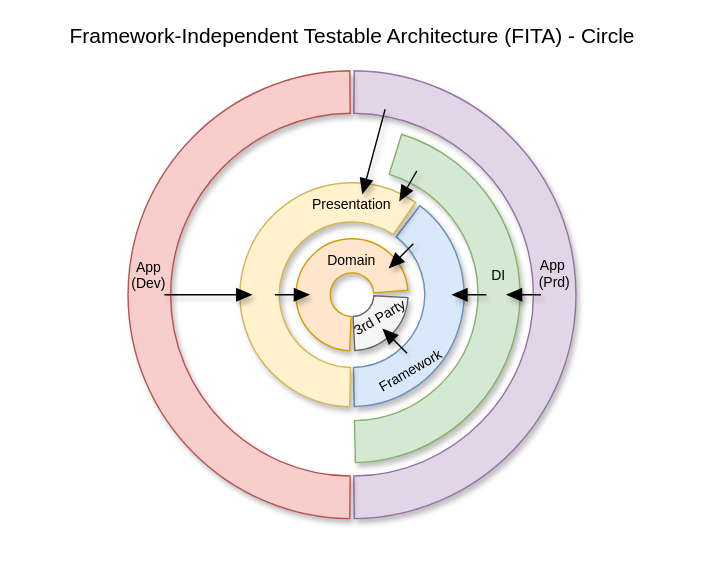
Above: asset/drawio/architecture_circle.drawio.svg in suguruTakahashi-1234/fia-practical-sample (draw.io), before the change. Source tidied: cells renumbered, new cells last; positions are measured from the earlier drawing's top-left corner, leaving out a move shared by most shapes.
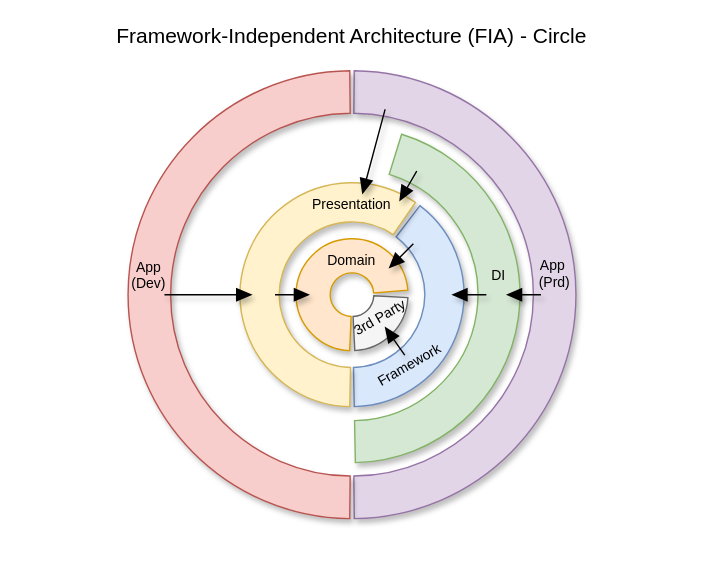
The same diagram one commit later.

What changed in the source:
```diff
@@ -5,7 +5,7 @@
     <mxCell id="2" style="rounded=0;whiteSpace=wrap;html=1;strokeColor=none;" parent="1" vertex="1">
       <mxGeometry x="31" width="440" height="410" as="geometry" />
     </mxCell>
-    <mxCell id="3" value="&lt;font style=&quot;font-size: 15px;&quot;&gt;Framework-Independent Testable Architecture (FITA) - Circle&lt;/font&gt;" style="text;html=1;align=center;verticalAlign=middle;whiteSpace=wrap;rounded=0;fontSize=15;" parent="1" vertex="1">
+    <mxCell id="3" value="&lt;font style=&quot;font-size: 15px;&quot;&gt;Framework-Independent Architecture (FIA) - Circle&lt;/font&gt;" style="text;html=1;align=center;verticalAlign=middle;whiteSpace=wrap;rounded=0;fontSize=15;" parent="1" vertex="1">
       <mxGeometry x="-0.2" y="15" width="502.5" height="20" as="geometry" />
     </mxCell>
     <mxCell id="4" style="verticalLabelPosition=bottom;verticalAlign=top;html=1;shape=mxgraph.basic.partConcEllipse;startAngle=0.0015914963824541276;endAngle=0.49839242898442293;arcWidth=0.19;fillColor=#e1d5e7;strokeColor=#9673a6;shadow=1;" parent="1" vertex="1">
@@ -39,7 +39,7 @@
       <mxGeometry x="216" y="130" width="70" height="30" as="geometry" />
     </mxCell>
     <mxCell id="14" value="Framework" style="text;html=1;align=center;verticalAlign=middle;whiteSpace=wrap;rounded=0;rotation=-30;fontSize=10;" parent="1" vertex="1">
-      <mxGeometry x="258" y="249" width="70" height="30" as="geometry" />
+      <mxGeometry x="257" y="245" width="70" height="30" as="geometry" />
     </mxCell>
     <mxCell id="15" value="DI" style="text;html=1;align=center;verticalAlign=middle;whiteSpace=wrap;rounded=0;fontSize=10;" parent="1" vertex="1">
       <mxGeometry x="321" y="181" width="70" height="30" as="geometry" />
@@ -62,7 +62,7 @@
     <mxCell id="21" style="html=1;shadow=1;dashed=0;align=center;verticalAlign=middle;shape=mxgraph.arrows2.arrow;dy=0.9;dx=11.65;notch=0;fillColor=#000000;direction=west;strokeColor=none;" parent="1" vertex="1">
       <mxGeometry x="361" y="205" width="25" height="10" as="geometry" />
     </mxCell>
-    <mxCell id="22" style="html=1;shadow=1;dashed=0;align=center;verticalAlign=middle;shape=mxgraph.arrows2.arrow;dy=0.9;dx=11.65;notch=0;fillColor=#000000;rotation=45;direction=west;strokeColor=none;" parent="1" vertex="1">
+    <mxCell id="22" style="html=1;shadow=1;dashed=0;align=center;verticalAlign=middle;shape=mxgraph.arrows2.arrow;dy=0.9;dx=11.65;notch=0;fillColor=#000000;rotation=55;direction=west;strokeColor=none;" parent="1" vertex="1">
       <mxGeometry x="269" y="238" width="25" height="10" as="geometry" />
     </mxCell>
     <mxCell id="23" style="html=1;shadow=1;dashed=0;align=center;verticalAlign=middle;shape=mxgraph.arrows2.arrow;dy=0.9;dx=11.65;notch=0;fillColor=#000000;rotation=45;direction=south;strokeColor=none;" parent="1" vertex="1">
```
